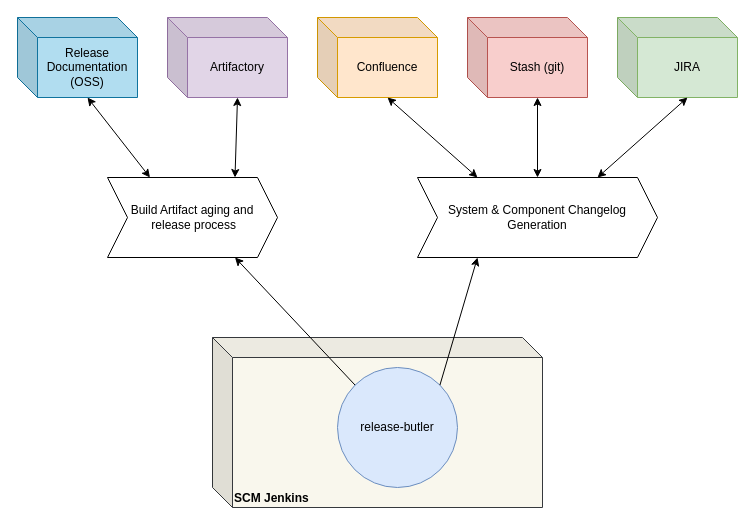
damon-dischler/drawio-diagrams keeps this draw.io diagram as Release-Butler Diagrams.drawio. Above is the earlier version. Source tidied: cells renumbered, new cells numbered last; positions are measured from the earlier drawing's top-left corner, leaving out a move shared by most shapes. Both pictures are drawn from the tidied source at 100%, with x=0, y=0 at pixel (17, 17).
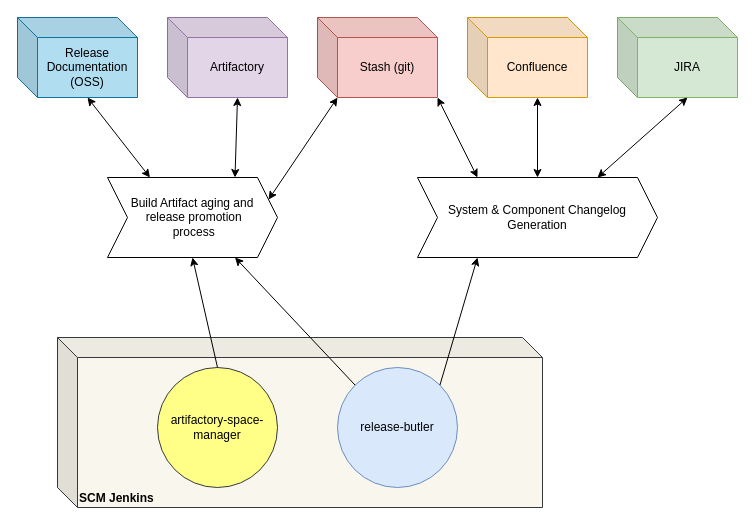
Above is the later version.

Unchanged cells that the change refers to:
```xml
<mxCell id="4" value="JIRA" style="shape=cube;whiteSpace=wrap;html=1;boundedLbl=1;backgroundOutline=1;darkOpacity=0.05;darkOpacity2=0.1;fillColor=#d5e8d4;strokeColor=#82b366;" parent="1" vertex="1">
  <mxGeometry x="600" width="120" height="80" as="geometry" />
</mxCell>
<mxCell id="9" value="System &amp;amp; Component Changelog Generation" style="shape=step;perimeter=stepPerimeter;whiteSpace=wrap;html=1;fixedSize=1;" parent="1" vertex="1">
  <mxGeometry x="400" y="160" width="240" height="80" as="geometry" />
</mxCell>
```

The edit, as a diff of the source:
```diff
@@
     <mxCell id="2" value="&lt;div&gt;SCM Jenkins&lt;br&gt;&lt;/div&gt;" style="shape=cube;whiteSpace=wrap;html=1;boundedLbl=1;backgroundOutline=1;darkOpacity=0.05;darkOpacity2=0.1;fontStyle=1;align=left;verticalAlign=bottom;fillColor=#f9f7ed;strokeColor=#36393d;" parent="1" vertex="1">
-      <mxGeometry x="195" y="320" width="330" height="170" as="geometry" />
+      <mxGeometry x="40" y="320" width="485" height="170" as="geometry" />
     </mxCell>
@@
     <mxCell id="5" value="Confluence" style="shape=cube;whiteSpace=wrap;html=1;boundedLbl=1;backgroundOutline=1;darkOpacity=0.05;darkOpacity2=0.1;fillColor=#ffe6cc;strokeColor=#d79b00;" parent="1" vertex="1">
-      <mxGeometry x="300" width="120" height="80" as="geometry" />
+      <mxGeometry x="450" width="120" height="80" as="geometry" />
     </mxCell>
     <mxCell id="6" value="Stash (git)" style="shape=cube;whiteSpace=wrap;html=1;boundedLbl=1;backgroundOutline=1;darkOpacity=0.05;darkOpacity2=0.1;fillColor=#f8cecc;strokeColor=#b85450;" parent="1" vertex="1">
-      <mxGeometry x="450" width="120" height="80" as="geometry" />
+      <mxGeometry x="300" width="120" height="80" as="geometry" />
     </mxCell>
-    <mxCell id="7" value="&lt;div&gt;Build Artifact aging and&lt;/div&gt;&lt;div&gt;&amp;nbsp;release process&lt;/div&gt;" style="shape=step;perimeter=stepPerimeter;whiteSpace=wrap;html=1;fixedSize=1;" parent="1" vertex="1">
+    <mxCell id="7" value="&lt;div&gt;Build Artifact aging and&lt;/div&gt;&lt;div&gt;&amp;nbsp;release promotion&lt;/div&gt;&lt;div&gt;&amp;nbsp;process&lt;/div&gt;" style="shape=step;perimeter=stepPerimeter;whiteSpace=wrap;html=1;fixedSize=1;" parent="1" vertex="1">
       <mxGeometry x="90" y="160" width="170" height="80" as="geometry" />
     </mxCell>
@@
+    <mxCell id="17" style="endArrow=classic;startArrow=classic;html=1;rounded=0;exitX=0.75;exitY=0;exitDx=0;exitDy=0;entryX=0;entryY=0;entryDx=70;entryDy=80;entryPerimeter=0;" parent="1" edge="1" source="9" target="4">
+      <mxGeometry relative="1" as="geometry" />
+    </mxCell>
+    <mxCell id="18" value="artifactory-space-&lt;br&gt;manager" style="ellipse;whiteSpace=wrap;html=1;fillColor=#ffff88;strokeColor=#36393d;" parent="1" vertex="1">
+      <mxGeometry x="140" y="350" width="120" height="120" as="geometry" />
+    </mxCell>
+    <mxCell id="19" style="endArrow=classic;html=1;rounded=0;exitX=0.5;exitY=0;exitDx=0;exitDy=0;entryX=0.5;entryY=1;entryDx=0;entryDy=0;" parent="1" edge="1" source="18" target="7">
+      <mxGeometry relative="1" as="geometry" />
+    </mxCell>
-    <mxCell id="15" style="endArrow=classic;startArrow=classic;html=1;rounded=0;exitX=0.25;exitY=0;exitDx=0;exitDy=0;entryX=0;entryY=0;entryDx=70;entryDy=80;entryPerimeter=0;" parent="1" edge="1" source="9" target="5">
+    <mxCell id="15" style="endArrow=classic;startArrow=classic;html=1;rounded=0;exitX=0.5;exitY=0;exitDx=0;exitDy=0;entryX=0;entryY=0;entryDx=70;entryDy=80;entryPerimeter=0;" parent="1" edge="1" source="9" target="5">
       <mxGeometry relative="1" as="geometry" />
     </mxCell>
-    <mxCell id="16" style="endArrow=classic;startArrow=classic;html=1;rounded=0;exitX=0.5;exitY=0;exitDx=0;exitDy=0;entryX=0;entryY=0;entryDx=70;entryDy=80;entryPerimeter=0;" parent="1" edge="1" source="9" target="6">
+    <mxCell id="16" style="endArrow=classic;startArrow=classic;html=1;rounded=0;exitX=0.25;exitY=0;exitDx=0;exitDy=0;entryX=1;entryY=1;entryDx=0;entryDy=0;entryPerimeter=0;" parent="1" edge="1" source="9" target="6">
       <mxGeometry relative="1" as="geometry" />
     </mxCell>
-    <mxCell id="17" style="endArrow=classic;startArrow=classic;html=1;rounded=0;exitX=0.75;exitY=0;exitDx=0;exitDy=0;entryX=0;entryY=0;entryDx=70;entryDy=80;entryPerimeter=0;" parent="1" edge="1" source="9" target="4">
-      <mxGeometry relative="1" as="geometry" />
-    </mxCell>
+    <mxCell id="20" style="endArrow=classic;startArrow=classic;html=1;rounded=0;exitX=1;exitY=0.25;exitDx=0;exitDy=0;entryX=0;entryY=0;entryDx=20;entryDy=80;entryPerimeter=0;" parent="1" edge="1" source="7" target="6">
+      <mxGeometry relative="1" as="geometry" />
+    </mxCell>
```
